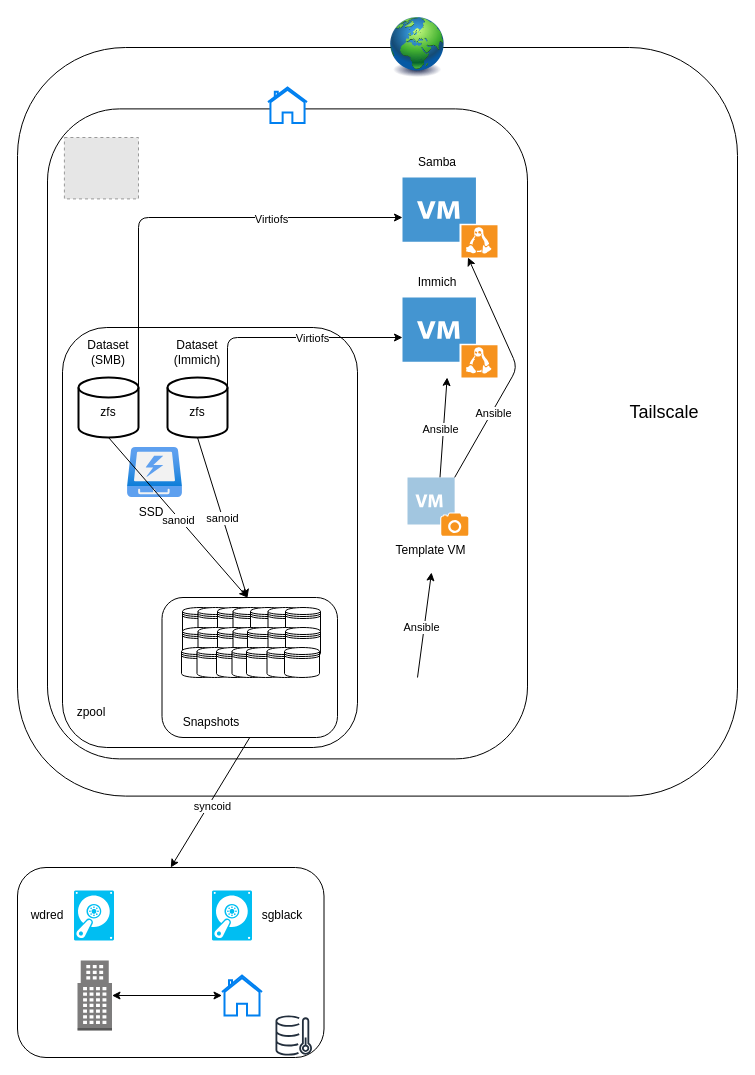
Above: setup.drawio in HakonSkogsrud/serversetup (draw.io), before the change. Source tidied: cells renumbered, new cells numbered last; positions are measured from the earlier drawing's top-left corner, leaving out a move shared by most shapes. Both pictures are drawn from the tidied source at 100%, with x=0, y=0 at pixel (17, 17). Pictures stored in the file or linked from it are replaced by grey dashed boxes.
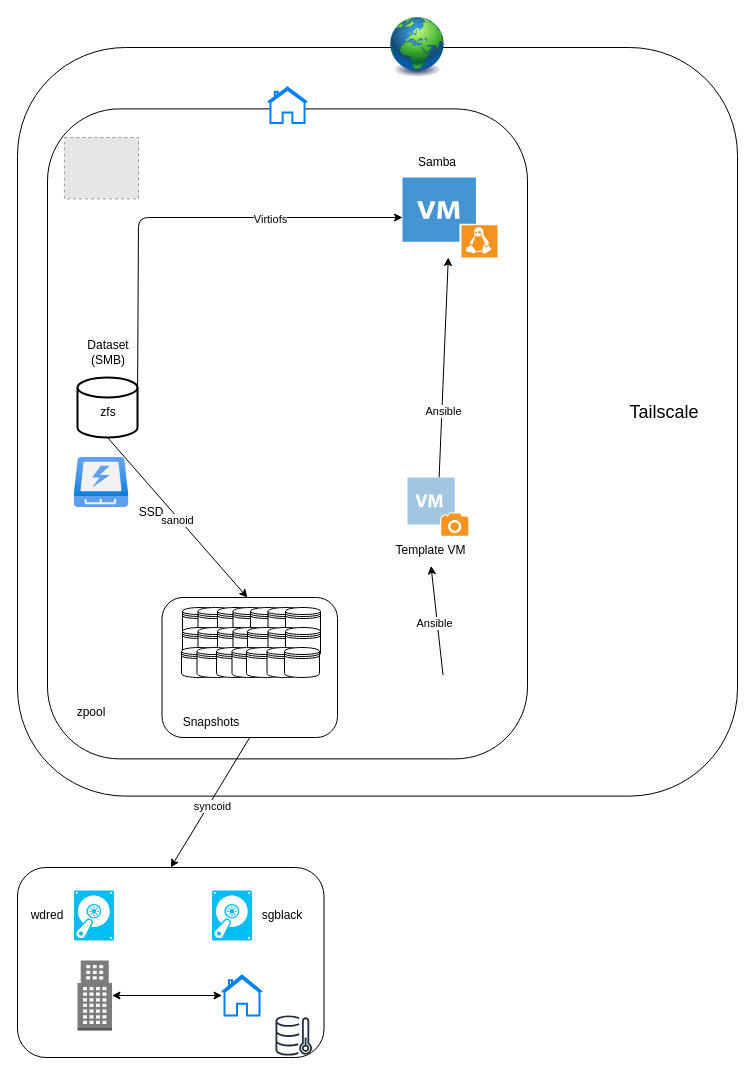
Above is the later version.

The change refers to these unchanged cells:
```xml
<mxCell id="10" style="shadow=0;dashed=0;html=1;strokeColor=none;fillColor=#4495D1;labelPosition=center;verticalLabelPosition=bottom;verticalAlign=top;align=center;outlineConnect=0;shape=mxgraph.veeam.vm_linux;" parent="1" vertex="1">
  <mxGeometry x="385" y="160" width="95" height="80" as="geometry" />
</mxCell>
<mxCell id="35" value="Template VM" style="text;strokeColor=none;align=center;fillColor=none;html=1;verticalAlign=middle;whiteSpace=wrap;rounded=0;" parent="1" vertex="1">
  <mxGeometry x="376" y="518.4" width="75" height="30" as="geometry" />
</mxCell>
<mxCell id="40" style="shadow=0;dashed=0;html=1;strokeColor=none;fillColor=#A2C6E0;labelPosition=center;verticalLabelPosition=bottom;verticalAlign=top;align=center;outlineConnect=0;shape=mxgraph.veeam.vm_snapshot;" parent="1" vertex="1">
  <mxGeometry x="390" y="460" width="60.8" height="58.4" as="geometry" />
</mxCell>
```

Change to the diagram source:
```diff
@@
-    <mxCell id="7" style="rounded=1;whiteSpace=wrap;html=1;fillColor=none;" parent="1" vertex="1">
-      <mxGeometry x="45" y="310" width="295" height="420" as="geometry" />
-    </mxCell>
@@
     <mxCell id="9" style="image;html=1;align=center;fontSize=12;image=img/lib/azure2/general/SSD.svg;" parent="1" vertex="1">
-      <mxGeometry x="110" y="430" width="55" height="50" as="geometry" />
+      <mxGeometry x="56.5" y="440" width="55" height="50" as="geometry" />
     </mxCell>
@@
-    <mxCell id="11" style="shadow=0;dashed=0;html=1;strokeColor=none;fillColor=#4495D1;labelPosition=center;verticalLabelPosition=bottom;verticalAlign=top;align=center;outlineConnect=0;shape=mxgraph.veeam.vm_linux;" parent="1" vertex="1">
-      <mxGeometry x="385" y="280" width="95" height="80" as="geometry" />
-    </mxCell>
@@
     <mxCell id="14" style="strokeWidth=2;html=1;shape=mxgraph.flowchart.database;whiteSpace=wrap;" parent="1" vertex="1">
-      <mxGeometry x="61" y="360" width="60" height="60" as="geometry" />
+      <mxGeometry x="60" y="360" width="60" height="60" as="geometry" />
     </mxCell>
-    <mxCell id="15" style="edgeStyle=none;html=1;exitX=1;exitY=0.5;exitDx=0;exitDy=0;exitPerimeter=0;" parent="1" edge="1" source="17" target="11">
-      <mxGeometry relative="1" as="geometry">
-        <Array as="points">
-          <mxPoint x="210" y="320" />
-        </Array>
-      </mxGeometry>
-    </mxCell>
-    <mxCell id="16" value="Virtiofs" style="edgeLabel;html=1;align=center;verticalAlign=middle;" parent="15" vertex="1">
-      <mxGeometry x="0.26" relative="1" as="geometry" />
-    </mxCell>
-    <mxCell id="17" style="strokeWidth=2;html=1;shape=mxgraph.flowchart.database;whiteSpace=wrap;" parent="1" vertex="1">
-      <mxGeometry x="150" y="360" width="60" height="60" as="geometry" />
-    </mxCell>
@@
-    <mxCell id="20" value="Dataset (Immich)" style="text;strokeColor=none;align=center;fillColor=none;html=1;verticalAlign=middle;whiteSpace=wrap;rounded=0;" parent="1" vertex="1">
-      <mxGeometry x="150" y="320" width="60" height="30" as="geometry" />
-    </mxCell>
@@
-    <mxCell id="22" value="Immich" style="text;strokeColor=none;align=center;fillColor=none;html=1;verticalAlign=middle;whiteSpace=wrap;rounded=0;" parent="1" vertex="1">
-      <mxGeometry x="390" y="250" width="60" height="30" as="geometry" />
-    </mxCell>
@@
-    <mxCell id="28" value="zfs" style="text;strokeColor=none;align=center;fillColor=none;html=1;verticalAlign=middle;whiteSpace=wrap;rounded=0;" parent="1" vertex="1">
-      <mxGeometry x="150" y="380" width="60" height="30" as="geometry" />
-    </mxCell>
@@
-    <mxCell id="36" style="edgeStyle=none;html=1;" parent="1" edge="1" source="40" target="11">
-      <mxGeometry relative="1" as="geometry" />
-    </mxCell>
-    <mxCell id="37" value="Ansible" style="edgeLabel;html=1;align=center;verticalAlign=middle;" parent="36" vertex="1">
-      <mxGeometry x="-0.04" y="3" relative="1" as="geometry" />
-    </mxCell>
     <mxCell id="38" style="edgeStyle=none;html=1;" parent="1" edge="1" source="40" target="10">
-      <mxGeometry relative="1" as="geometry">
-        <Array as="points">
-          <mxPoint x="500" y="350" />
-        </Array>
-      </mxGeometry>
+      <mxGeometry relative="1" as="geometry" />
     </mxCell>
@@
-    <mxCell id="66" style="edgeStyle=none;html=1;exitX=0.5;exitY=1;exitDx=0;exitDy=0;exitPerimeter=0;entryX=0.627;entryY=0.643;entryDx=0;entryDy=0;entryPerimeter=0;" parent="1" edge="1" source="17" target="7">
-      <mxGeometry relative="1" as="geometry" />
-    </mxCell>
-    <mxCell id="67" value="sanoid" style="edgeLabel;html=1;align=center;verticalAlign=middle;" parent="66" vertex="1">
-      <mxGeometry y="-1" relative="1" as="geometry" />
-    </mxCell>
-    <mxCell id="68" style="edgeStyle=none;html=1;exitX=0.5;exitY=1;exitDx=0;exitDy=0;exitPerimeter=0;entryX=0.627;entryY=0.643;entryDx=0;entryDy=0;entryPerimeter=0;" parent="1" edge="1" source="14" target="7">
-      <mxGeometry relative="1" as="geometry" />
+    <mxCell id="68" style="edgeStyle=none;html=1;exitX=0.5;exitY=1;exitDx=0;exitDy=0;exitPerimeter=0;entryX=0.627;entryY=0.643;entryDx=0;entryDy=0;entryPerimeter=0;" parent="1" edge="1" source="14">
+      <mxGeometry relative="1" as="geometry">
+        <mxPoint x="230" y="580.1" as="targetPoint" />
+      </mxGeometry>
     </mxCell>
@@
-    <mxCell id="70" style="edgeStyle=none;html=1;" parent="1" edge="1">
+    <mxCell id="70" style="edgeStyle=none;html=1;entryX=0.5;entryY=1;entryDx=0;entryDy=0;" parent="1" edge="1" target="35">
       <mxGeometry relative="1" as="geometry">
-        <mxPoint x="400" y="660" as="sourcePoint" />
-        <mxPoint x="414" y="555" as="targetPoint" />
+        <mxPoint x="425.5" y="657.5" as="sourcePoint" />
       </mxGeometry>
     </mxCell>
```
